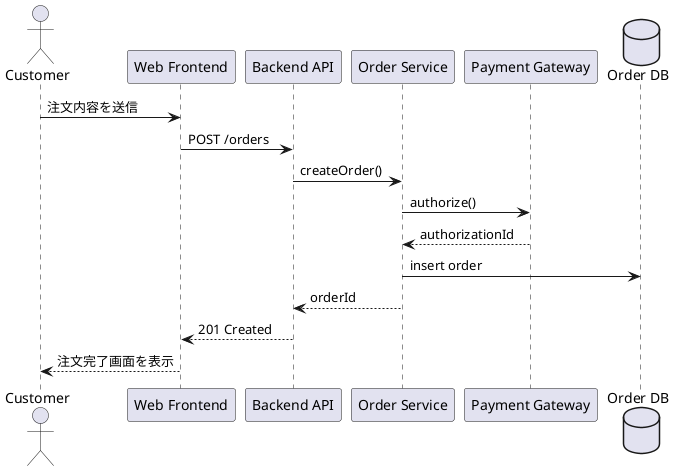
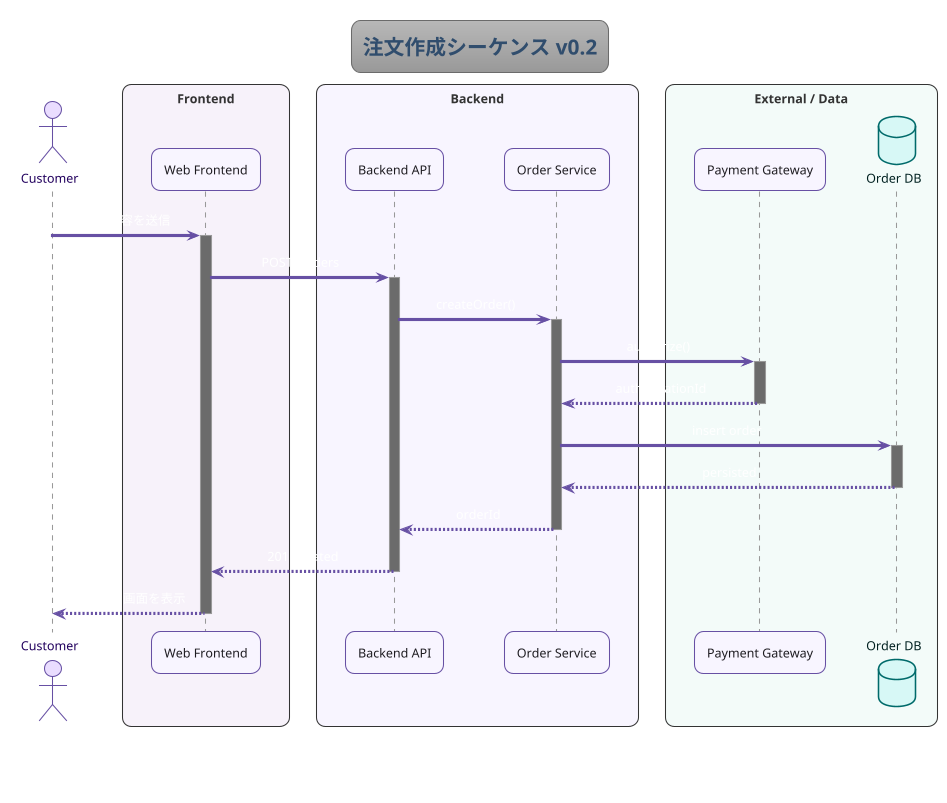
@startuml
+ !theme spacelab
+ skinparam shadowing false
+ skinparam roundcorner 18
+ skinparam sequenceMessageAlign center
+ skinparam responseMessageBelowArrow true
+ skinparam ParticipantPadding 24
+ skinparam BoxPadding 12
+ skinparam ArrowColor #6750A4
+ skinparam LifeLineBorderColor #CAC4D0
+ skinparam LifeLineBackgroundColor #F7F2FA
+ skinparam ActorBorderColor #6750A4
+ skinparam ActorBackgroundColor #EADDFF
+ skinparam ActorFontColor #21005D
+ skinparam ParticipantBorderColor #6750A4
+ skinparam ParticipantBackgroundColor #F8F5FF
+ skinparam ParticipantFontColor #1D1B20
+ skinparam DatabaseBorderColor #006A6A
+ skinparam DatabaseBackgroundColor #D7F8F6
+ skinparam DatabaseFontColor #002020
+ skinparam SequenceGroupBorderColor #6750A4
+ skinparam SequenceGroupBackgroundColor #F7F2FA
+ 
+ title 注文作成シーケンス v0.2
+ caption 主要な同期処理と保存ポイントをレビューしやすい色分けで表現
+ 
actor Customer as customer
+ box "Frontend" #F7F2FA
participant "Web Frontend" as web
+ end box
+ box "Backend" #F8F5FF
participant "Backend API" as api
participant "Order Service" as order
+ end box
+ box "External / Data" #F3FBF9
participant "Payment Gateway" as payment
database "Order DB" as db
+ end box

customer -> web : 注文内容を送信
+ activate web
web -> api : POST /orders
+ activate api
api -> order : createOrder()
+ activate order
+ 
order -> payment : authorize()
+ activate payment
payment --> order : authorizationId
+ deactivate payment
+ 
order -> db : insert order
+ activate db
+ db --> order : persisted
+ deactivate db
+ 
order --> api : orderId
+ deactivate order
api --> web : 201 Created
+ deactivate api
web --> customer : 注文完了画面を表示
+ deactivate web
@enduml
